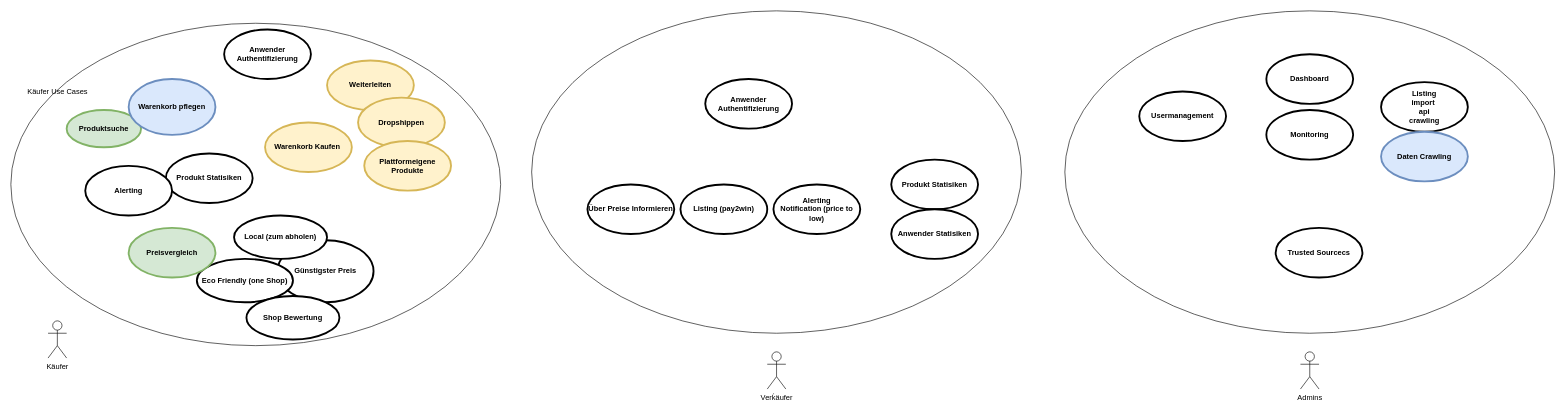
Before: page "Usecases" (2 of 9) of diagrams.drawio in placom/docs, a draw.io diagram. Source tidied: cells renumbered, new cells numbered last; positions are measured from the earlier drawing's top-left corner, leaving out a move shared by most shapes. Both pictures are drawn from the tidied source at 62%, with x=0, y=0 at pixel (11, 11).
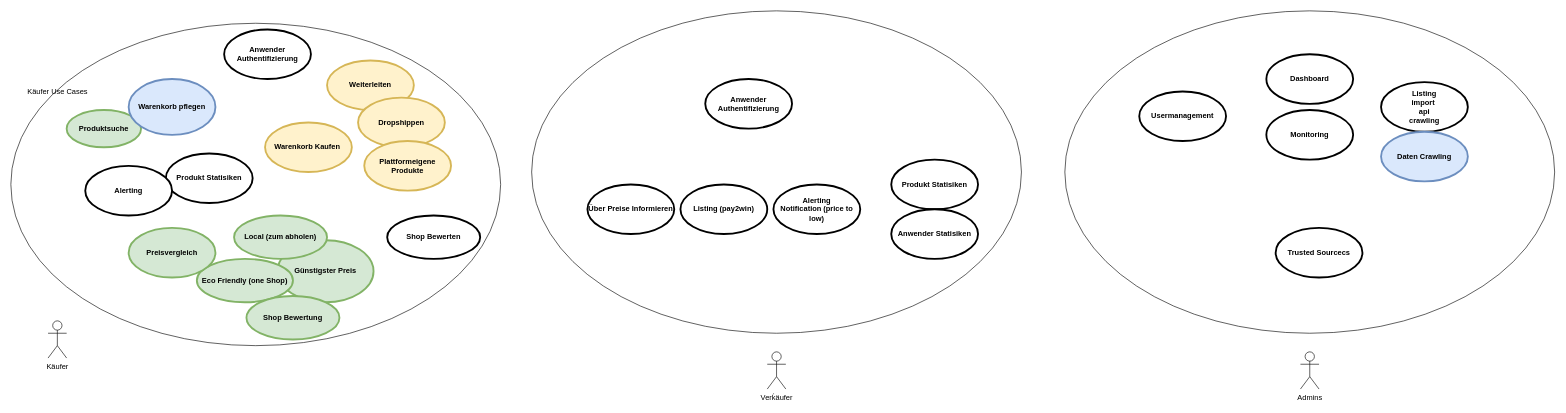
The same diagram, later.

Commit message:
added Shop bewerten Use case

Diff of the diagram source:
```diff
@@
-    <mxCell id="8" value="Günstigster Preis" style="shape=ellipse;html=1;strokeWidth=3;fontStyle=1;whiteSpace=wrap;align=center;perimeter=ellipsePerimeter;" parent="1" vertex="1">
+    <mxCell id="8" value="Günstigster Preis" style="shape=ellipse;html=1;strokeWidth=3;fontStyle=1;whiteSpace=wrap;align=center;perimeter=ellipsePerimeter;fillColor=#d5e8d4;strokeColor=#82b366;" parent="1" vertex="1">
       <mxGeometry x="430" y="370" width="155" height="100" as="geometry" />
     </mxCell>
-    <mxCell id="9" value="Eco Friendly (one Shop)" style="shape=ellipse;html=1;strokeWidth=3;fontStyle=1;whiteSpace=wrap;align=center;perimeter=ellipsePerimeter;" parent="1" vertex="1">
+    <mxCell id="9" value="Eco Friendly (one Shop)" style="shape=ellipse;html=1;strokeWidth=3;fontStyle=1;whiteSpace=wrap;align=center;perimeter=ellipsePerimeter;fillColor=#d5e8d4;strokeColor=#82b366;" parent="1" vertex="1">
       <mxGeometry x="300" y="400" width="155" height="70" as="geometry" />
     </mxCell>
-    <mxCell id="10" value="Local (zum abholen)" style="shape=ellipse;html=1;strokeWidth=3;fontStyle=1;whiteSpace=wrap;align=center;perimeter=ellipsePerimeter;" parent="1" vertex="1">
+    <mxCell id="10" value="Local (zum abholen)" style="shape=ellipse;html=1;strokeWidth=3;fontStyle=1;whiteSpace=wrap;align=center;perimeter=ellipsePerimeter;fillColor=#d5e8d4;strokeColor=#82b366;" parent="1" vertex="1">
       <mxGeometry x="360" y="330" width="150" height="70" as="geometry" />
     </mxCell>
@@
-    <mxCell id="33" value="Shop Bewertung" style="shape=ellipse;html=1;strokeWidth=3;fontStyle=1;whiteSpace=wrap;align=center;perimeter=ellipsePerimeter;" parent="1" vertex="1">
+    <mxCell id="33" value="Shop Bewertung" style="shape=ellipse;html=1;strokeWidth=3;fontStyle=1;whiteSpace=wrap;align=center;perimeter=ellipsePerimeter;fillColor=#d5e8d4;strokeColor=#82b366;" parent="1" vertex="1">
       <mxGeometry x="380" y="460" width="150" height="70" as="geometry" />
     </mxCell>
@@
+    <mxCell id="35" value="Shop Bewerten" style="shape=ellipse;html=1;strokeWidth=3;fontStyle=1;whiteSpace=wrap;align=center;perimeter=ellipsePerimeter;" parent="1" vertex="1">
+      <mxGeometry x="607" y="330" width="150" height="70" as="geometry" />
+    </mxCell>
```
